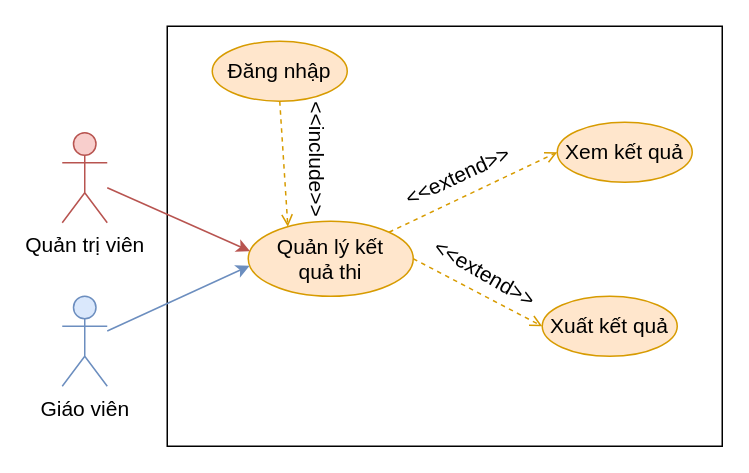
Above: Documents/draw/usecase/phan-ra/quan-ly-ket-qua-thi.drawio in copecute/do-an-tot-nghiep (draw.io), before the change. Source tidied: cells renumbered, new cells numbered last; positions are measured from the earlier drawing's top-left corner, leaving out a move shared by most shapes. Both pictures are drawn from the tidied source at 150%, with x=0, y=0 at pixel (62, 26).
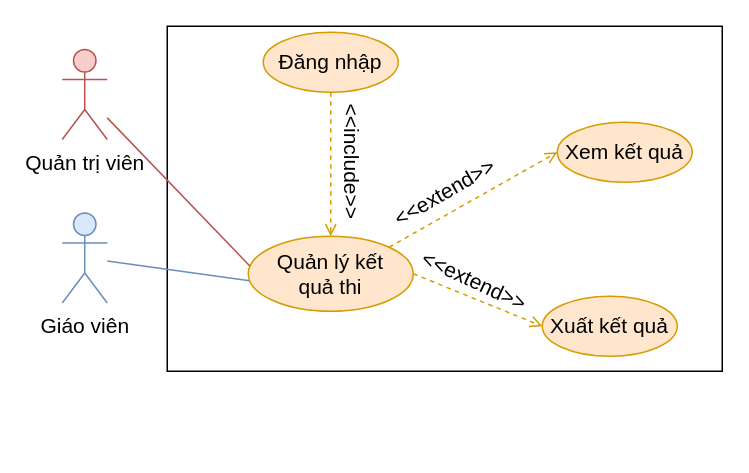
Above is the later version.

Diff of the diagram source:
```diff
@@
 <mxGraphModel>
   <root>
     <mxCell id="0" />
     <mxCell id="1" parent="0" />
     <mxCell id="2" style="rounded=0;whiteSpace=wrap;html=1;" parent="1" vertex="1">
-      <mxGeometry x="70" width="370" height="280" as="geometry" />
+      <mxGeometry x="70" width="370" height="230" as="geometry" />
     </mxCell>
     <mxCell id="3" value="Quản lý kết&lt;br&gt;quả thi" style="ellipse;whiteSpace=wrap;html=1;fillColor=#ffe6cc;strokeColor=#d79b00;fontSize=14;" parent="1" vertex="1">
-      <mxGeometry x="124" y="130" width="110" height="50" as="geometry" />
+      <mxGeometry x="124" y="140" width="110" height="50" as="geometry" />
     </mxCell>
     <mxCell id="4" style="rounded=0;jettySize=auto;html=1;entryX=0;entryY=0.5;entryDx=0;entryDy=0;fillColor=#ffe6cc;strokeColor=#d79b00;exitX=1;exitY=0;exitDx=0;exitDy=0;dashed=1;fontSize=14;endArrow=open;endFill=0;" parent="1" edge="1" source="3" target="6">
       <mxGeometry relative="1" as="geometry" />
     </mxCell>
     <mxCell id="5" style="rounded=0;jettySize=auto;html=1;exitX=1;exitY=0.5;exitDx=0;exitDy=0;entryX=0;entryY=0.5;entryDx=0;entryDy=0;fillColor=#ffe6cc;strokeColor=#d79b00;dashed=1;fontSize=14;endArrow=open;endFill=0;" parent="1" edge="1" source="3" target="7">
       <mxGeometry relative="1" as="geometry" />
     </mxCell>
     <mxCell id="6" value="Xem kết quả" style="ellipse;whiteSpace=wrap;html=1;fillColor=#ffe6cc;strokeColor=#d79b00;fontSize=14;" parent="1" vertex="1">
       <mxGeometry x="330" y="64" width="90" height="40" as="geometry" />
     </mxCell>
     <mxCell id="7" value="Xuất kết quả" style="ellipse;whiteSpace=wrap;html=1;fillColor=#ffe6cc;strokeColor=#d79b00;fontSize=14;" parent="1" vertex="1">
       <mxGeometry x="320" y="180" width="90" height="40" as="geometry" />
     </mxCell>
-    <mxCell id="8" value="&lt;font style=&quot;font-size: 14px;&quot;&gt;&amp;lt;&amp;lt;extend&amp;gt;&amp;gt;&lt;/font&gt;" style="text;html=1;strokeColor=none;fillColor=none;align=center;verticalAlign=middle;whiteSpace=wrap;rounded=0;rotation=-25;fontSize=14;" parent="1" vertex="1">
-      <mxGeometry x="234" y="85" width="60" height="30" as="geometry" />
+    <mxCell id="8" value="&lt;font style=&quot;font-size: 14px;&quot;&gt;&amp;lt;&amp;lt;extend&amp;gt;&amp;gt;&lt;/font&gt;" style="text;html=1;strokeColor=none;fillColor=none;align=center;verticalAlign=middle;whiteSpace=wrap;rounded=0;rotation=-30;fontSize=14;" parent="1" vertex="1">
+      <mxGeometry x="225" y="95.5" width="60" height="30" as="geometry" />
     </mxCell>
-    <mxCell id="9" value="&lt;font style=&quot;font-size: 14px;&quot;&gt;&amp;lt;&amp;lt;extend&amp;gt;&amp;gt;&lt;/font&gt;" style="text;html=1;strokeColor=none;fillColor=none;align=center;verticalAlign=middle;whiteSpace=wrap;rounded=0;rotation=30;fontSize=14;" parent="1" vertex="1">
-      <mxGeometry x="252" y="150" width="60" height="30" as="geometry" />
+    <mxCell id="9" value="&lt;font style=&quot;font-size: 14px;&quot;&gt;&amp;lt;&amp;lt;extend&amp;gt;&amp;gt;&lt;/font&gt;" style="text;html=1;strokeColor=none;fillColor=none;align=center;verticalAlign=middle;whiteSpace=wrap;rounded=0;rotation=25;fontSize=14;" parent="1" vertex="1">
+      <mxGeometry x="245" y="155" width="60" height="30" as="geometry" />
     </mxCell>
-    <mxCell id="10" style="rounded=0;jettySize=auto;html=1;entryX=0.011;entryY=0.399;entryDx=0;entryDy=0;fillColor=#f8cecc;strokeColor=#b85450;fontSize=14;entryPerimeter=0;" parent="1" edge="1" source="11" target="3">
+    <mxCell id="10" style="rounded=0;jettySize=auto;html=1;entryX=0.011;entryY=0.399;entryDx=0;entryDy=0;fillColor=#f8cecc;strokeColor=#b85450;fontSize=14;entryPerimeter=0;endArrow=none;startFill=0;" parent="1" edge="1" source="11" target="3">
       <mxGeometry relative="1" as="geometry" />
     </mxCell>
     <mxCell id="11" value="Quản trị viên" style="shape=umlActor;verticalLabelPosition=bottom;verticalAlign=top;html=1;outlineConnect=0;fillColor=#f8cecc;strokeColor=#b85450;fontSize=14;" parent="1" vertex="1">
-      <mxGeometry y="71" width="30" height="60" as="geometry" />
+      <mxGeometry y="15.5" width="30" height="60" as="geometry" />
     </mxCell>
-    <mxCell id="12" style="rounded=0;jettySize=auto;html=1;entryX=0.24;entryY=0.072;entryDx=0;entryDy=0;fillColor=#ffe6cc;strokeColor=#d79b00;endArrow=open;endFill=0;dashed=1;exitX=0.5;exitY=1;exitDx=0;exitDy=0;entryPerimeter=0;" parent="1" edge="1" source="13" target="3">
+    <mxCell id="12" style="rounded=0;jettySize=auto;html=1;entryX=0.5;entryY=0;entryDx=0;entryDy=0;fillColor=#ffe6cc;strokeColor=#d79b00;endArrow=open;endFill=0;dashed=1;exitX=0.5;exitY=1;exitDx=0;exitDy=0;" parent="1" edge="1" source="13" target="3">
       <mxGeometry relative="1" as="geometry" />
     </mxCell>
     <mxCell id="13" value="Đăng nhập" style="ellipse;whiteSpace=wrap;html=1;fillColor=#ffe6cc;strokeColor=#d79b00;fontSize=14;" parent="1" vertex="1">
-      <mxGeometry x="100" y="10" width="90" height="40" as="geometry" />
+      <mxGeometry x="134" y="4" width="90" height="40" as="geometry" />
     </mxCell>
     <mxCell id="14" value="&lt;font&gt;&amp;lt;&amp;lt;include&amp;gt;&amp;gt;&lt;/font&gt;" style="text;html=1;strokeColor=none;fillColor=none;align=center;verticalAlign=middle;whiteSpace=wrap;rounded=0;rotation=90;fontSize=14;" parent="1" vertex="1">
-      <mxGeometry x="140" y="74" width="60" height="30" as="geometry" />
+      <mxGeometry x="164" y="75.5" width="60" height="30" as="geometry" />
     </mxCell>
-    <mxCell id="15" style="rounded=0;jettySize=auto;html=1;entryX=0.008;entryY=0.593;entryDx=0;entryDy=0;fillColor=#dae8fc;strokeColor=#6c8ebf;entryPerimeter=0;" parent="1" edge="1" source="16" target="3">
+    <mxCell id="15" style="rounded=0;jettySize=auto;html=1;entryX=0.008;entryY=0.593;entryDx=0;entryDy=0;fillColor=#dae8fc;strokeColor=#6c8ebf;entryPerimeter=0;endArrow=none;startFill=0;" parent="1" edge="1" source="16" target="3">
       <mxGeometry relative="1" as="geometry" />
     </mxCell>
     <mxCell id="16" value="Giáo viên" style="shape=umlActor;verticalLabelPosition=bottom;verticalAlign=top;html=1;outlineConnect=0;fillColor=#dae8fc;strokeColor=#6c8ebf;fontSize=14;" parent="1" vertex="1">
-      <mxGeometry y="180" width="30" height="60" as="geometry" />
+      <mxGeometry y="124.5" width="30" height="60" as="geometry" />
     </mxCell>
   </root>
 </mxGraphModel>
```
